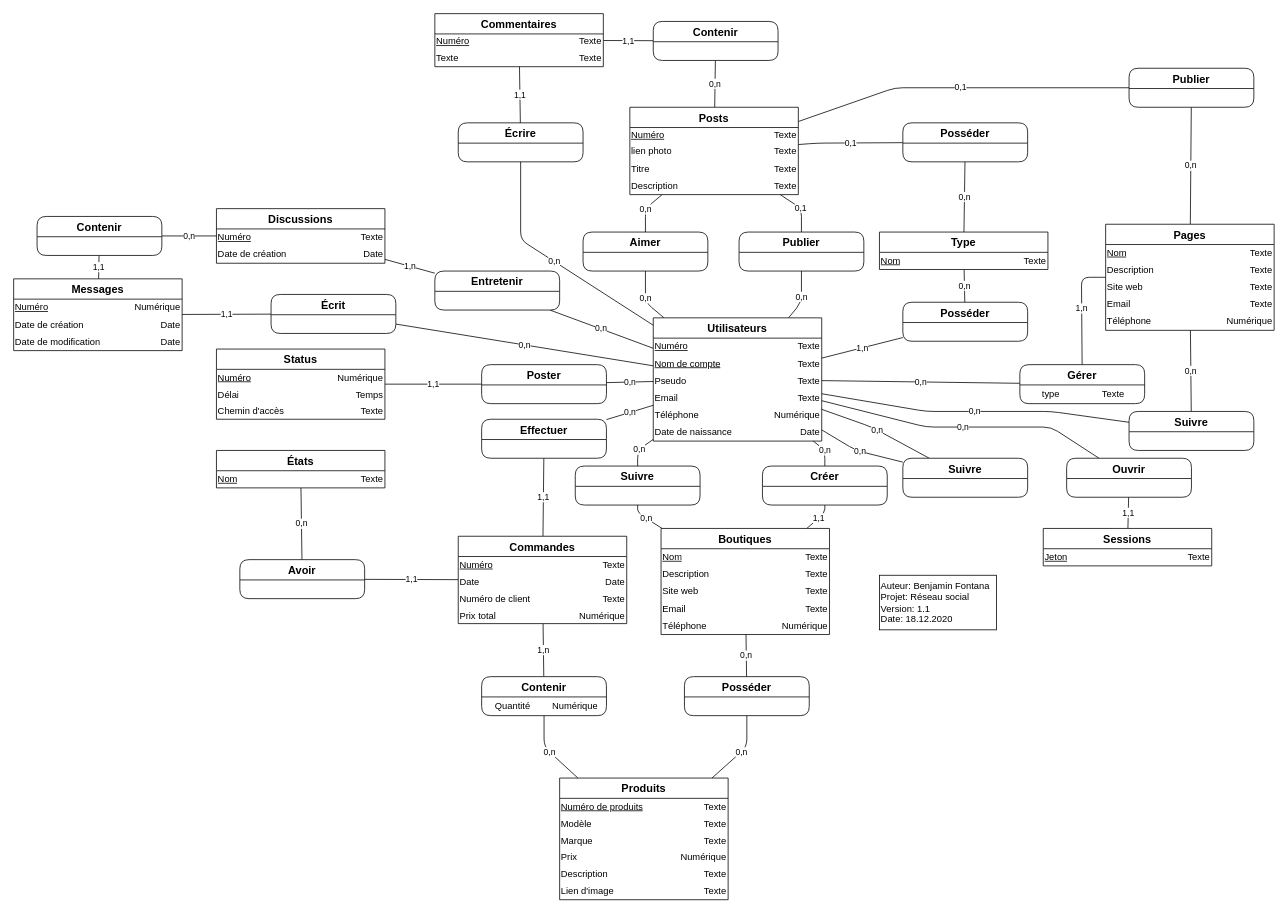
R0kkxSynetique/MA-08-Modele_ReseauSocial keeps this draw.io diagram as MCD RS.drawio. Above is the earlier version. Source tidied: cells renumbered, new cells numbered last; positions are measured from the earlier drawing's top-left corner, leaving out a move shared by most shapes. Both pictures are drawn from the tidied source at 78%, with x=0, y=0 at pixel (13, 13).
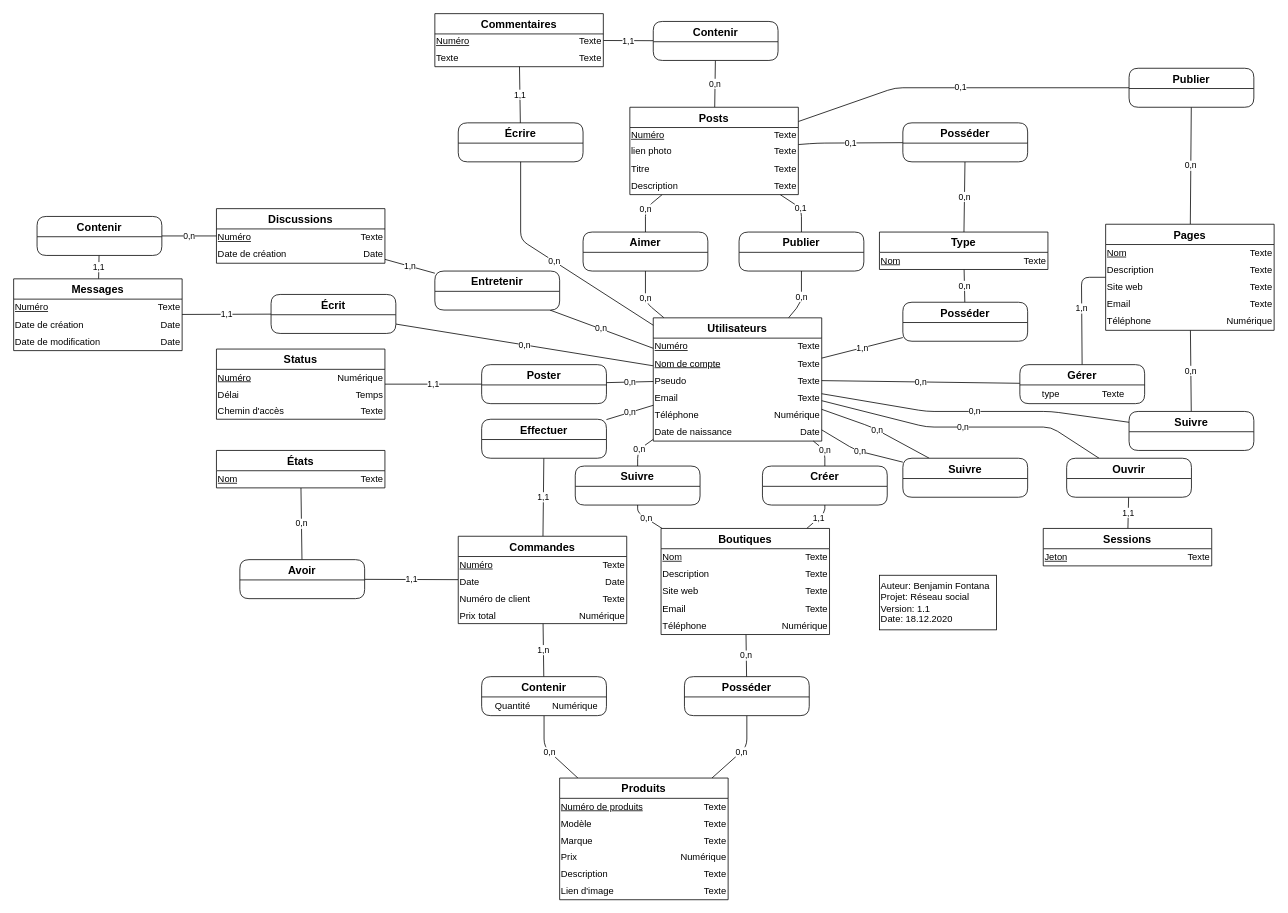
The same diagram, later.

Commit message:
fixed missmatched datatype 2

The change refers to these unchanged cells:
```xml
<mxCell id="180" style="shape=partialRectangle;html=1;whiteSpace=wrap;fillColor=none;top=0;left=0;bottom=0;right=0;" parent="179" vertex="1">
  <mxGeometry width="216" height="22" as="geometry" />
</mxCell>
```

What changed in the source:
```diff
@@
-    <mxCell id="182" value="Numérique" style="shape=partialRectangle;html=1;whiteSpace=wrap;fillColor=none;top=0;left=0;bottom=0;right=0;overflow=hidden;align=right;" parent="180" vertex="1">
+    <mxCell id="182" value="Texte" style="shape=partialRectangle;html=1;whiteSpace=wrap;fillColor=none;top=0;left=0;bottom=0;right=0;overflow=hidden;align=right;" parent="180" vertex="1">
       <mxGeometry x="120" width="96" height="22" as="geometry" />
     </mxCell>
```
